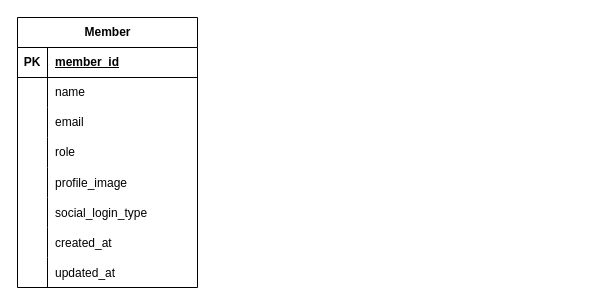
2025-Tourism-Data-Utilization-Contest/ERD keeps this draw.io diagram as ShowingERD.drawio. Above is the earlier version. Source tidied: cells renumbered, new cells numbered last; positions are measured from the earlier drawing's top-left corner, leaving out a move shared by most shapes. Both pictures are drawn from the tidied source at 100%, with x=0, y=0 at pixel (17, 17).
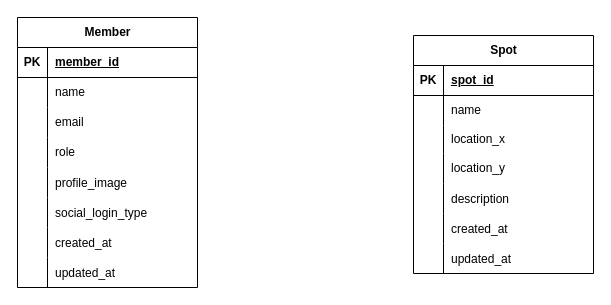
The same page after the edit.

Commit message:
docs: 관광지(Spot) 테이블 추가

The edit, as a diff of the source:
```diff
@@
+    <mxCell id="27" value="Spot" style="shape=table;startSize=30;childLayout=tableLayout;rowLines=0;fontStyle=1;align=center;html=1;" parent="1" vertex="1">
+      <mxGeometry x="396" y="18" width="180" height="238" as="geometry" />
+    </mxCell>
+    <mxCell id="28" style="shape=tableRow;horizontal=0;startSize=0;swimlaneHead=0;swimlaneBody=0;fillColor=none;top=0;left=0;right=0;bottom=1;" parent="27" vertex="1">
+      <mxGeometry y="30" width="180" height="30" as="geometry" />
+    </mxCell>
+    <mxCell id="29" value="PK" style="shape=partialRectangle;fillColor=none;top=0;left=0;bottom=0;right=0;fontStyle=1;overflow=hidden;whiteSpace=wrap;html=1;" parent="28" vertex="1">
+      <mxGeometry width="30" height="30" as="geometry" />
+    </mxCell>
+    <mxCell id="30" value="spot_id" style="shape=partialRectangle;fillColor=none;top=0;left=0;bottom=0;right=0;align=left;spacingLeft=6;fontStyle=5;overflow=hidden;whiteSpace=wrap;html=1;" parent="28" vertex="1">
+      <mxGeometry x="30" width="150" height="30" as="geometry" />
+    </mxCell>
+    <mxCell id="31" style="shape=tableRow;horizontal=0;startSize=0;swimlaneHead=0;swimlaneBody=0;fillColor=none;top=0;left=0;right=0;bottom=0;" parent="27" vertex="1">
+      <mxGeometry y="60" width="180" height="30" as="geometry" />
+    </mxCell>
+    <mxCell id="32" style="shape=partialRectangle;fillColor=none;top=0;left=0;bottom=0;right=0;overflow=hidden;whiteSpace=wrap;html=1;" parent="31" vertex="1">
+      <mxGeometry width="30" height="30" as="geometry" />
+    </mxCell>
+    <mxCell id="33" value="name" style="shape=partialRectangle;fillColor=none;top=0;left=0;bottom=0;right=0;align=left;spacingLeft=6;overflow=hidden;whiteSpace=wrap;html=1;" parent="31" vertex="1">
+      <mxGeometry x="30" width="150" height="30" as="geometry" />
+    </mxCell>
+    <mxCell id="34" style="shape=tableRow;horizontal=0;startSize=0;swimlaneHead=0;swimlaneBody=0;fillColor=none;top=0;left=0;right=0;bottom=0;" parent="27" vertex="1">
+      <mxGeometry y="90" width="180" height="28" as="geometry" />
+    </mxCell>
+    <mxCell id="35" style="shape=partialRectangle;fillColor=none;top=0;left=0;bottom=0;right=0;overflow=hidden;whiteSpace=wrap;html=1;" parent="34" vertex="1">
+      <mxGeometry width="30" height="28" as="geometry" />
+    </mxCell>
+    <mxCell id="36" value="location_x" style="shape=partialRectangle;fillColor=none;top=0;left=0;bottom=0;right=0;align=left;spacingLeft=6;overflow=hidden;whiteSpace=wrap;html=1;" parent="34" vertex="1">
+      <mxGeometry x="30" width="150" height="28" as="geometry" />
+    </mxCell>
+    <mxCell id="37" style="shape=tableRow;horizontal=0;startSize=0;swimlaneHead=0;swimlaneBody=0;fillColor=none;top=0;left=0;right=0;bottom=0;" parent="27" vertex="1">
+      <mxGeometry y="118" width="180" height="30" as="geometry" />
+    </mxCell>
+    <mxCell id="38" style="shape=partialRectangle;fillColor=none;top=0;left=0;bottom=0;right=0;overflow=hidden;whiteSpace=wrap;html=1;" parent="37" vertex="1">
+      <mxGeometry width="30" height="30" as="geometry" />
+    </mxCell>
+    <mxCell id="39" value="location_y" style="shape=partialRectangle;fillColor=none;top=0;left=0;bottom=0;right=0;align=left;spacingLeft=6;overflow=hidden;whiteSpace=wrap;html=1;" parent="37" vertex="1">
+      <mxGeometry x="30" width="150" height="30" as="geometry" />
+    </mxCell>
+    <mxCell id="40" style="shape=tableRow;horizontal=0;startSize=0;swimlaneHead=0;swimlaneBody=0;fillColor=none;top=0;left=0;right=0;bottom=0;" parent="27" vertex="1">
+      <mxGeometry y="148" width="180" height="30" as="geometry" />
+    </mxCell>
+    <mxCell id="41" style="shape=partialRectangle;fillColor=none;top=0;left=0;bottom=0;right=0;overflow=hidden;" parent="40" vertex="1">
+      <mxGeometry width="30" height="30" as="geometry" />
+    </mxCell>
+    <mxCell id="42" value="description" style="shape=partialRectangle;fillColor=none;top=0;left=0;bottom=0;right=0;align=left;spacingLeft=6;overflow=hidden;" parent="40" vertex="1">
+      <mxGeometry x="30" width="150" height="30" as="geometry" />
+    </mxCell>
+    <mxCell id="43" style="shape=tableRow;horizontal=0;startSize=0;swimlaneHead=0;swimlaneBody=0;fillColor=none;top=0;left=0;right=0;bottom=0;" parent="27" vertex="1">
+      <mxGeometry y="178" width="180" height="30" as="geometry" />
+    </mxCell>
+    <mxCell id="44" style="shape=partialRectangle;fillColor=none;top=0;left=0;bottom=0;right=0;overflow=hidden;" parent="43" vertex="1">
+      <mxGeometry width="30" height="30" as="geometry" />
+    </mxCell>
+    <mxCell id="45" value="created_at" style="shape=partialRectangle;fillColor=none;top=0;left=0;bottom=0;right=0;align=left;spacingLeft=6;overflow=hidden;" parent="43" vertex="1">
+      <mxGeometry x="30" width="150" height="30" as="geometry" />
+    </mxCell>
+    <mxCell id="46" style="shape=tableRow;horizontal=0;startSize=0;swimlaneHead=0;swimlaneBody=0;fillColor=none;top=0;left=0;right=0;bottom=0;" parent="27" vertex="1">
+      <mxGeometry y="208" width="180" height="30" as="geometry" />
+    </mxCell>
+    <mxCell id="47" style="shape=partialRectangle;fillColor=none;top=0;left=0;bottom=0;right=0;overflow=hidden;" parent="46" vertex="1">
+      <mxGeometry width="30" height="30" as="geometry" />
+    </mxCell>
+    <mxCell id="48" value="updated_at" style="shape=partialRectangle;fillColor=none;top=0;left=0;bottom=0;right=0;align=left;spacingLeft=6;overflow=hidden;" parent="46" vertex="1">
+      <mxGeometry x="30" width="150" height="30" as="geometry" />
+    </mxCell>
```
